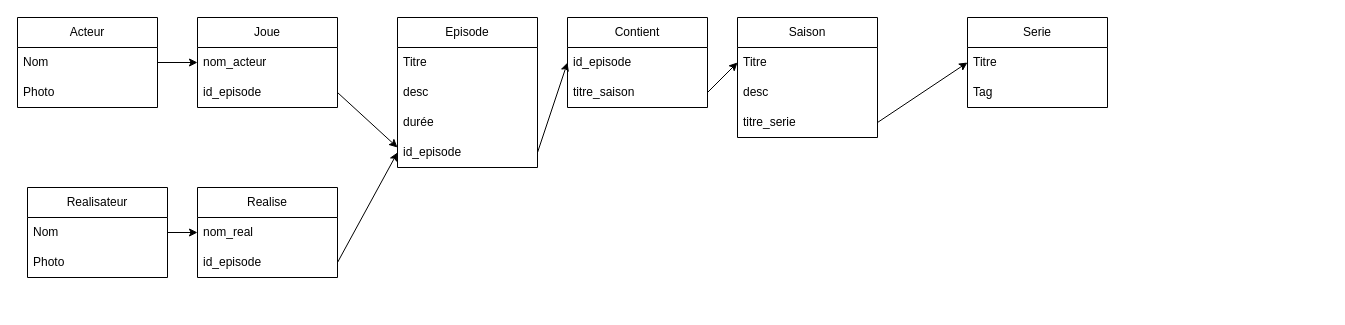
Before: bdDessin.drawio in Drag-Sama/Web-3, a draw.io diagram. Source tidied: cells renumbered, new cells numbered last; positions are measured from the earlier drawing's top-left corner, leaving out a move shared by most shapes. Both pictures are drawn from the tidied source at 100%, with x=0, y=0 at pixel (17, 17).
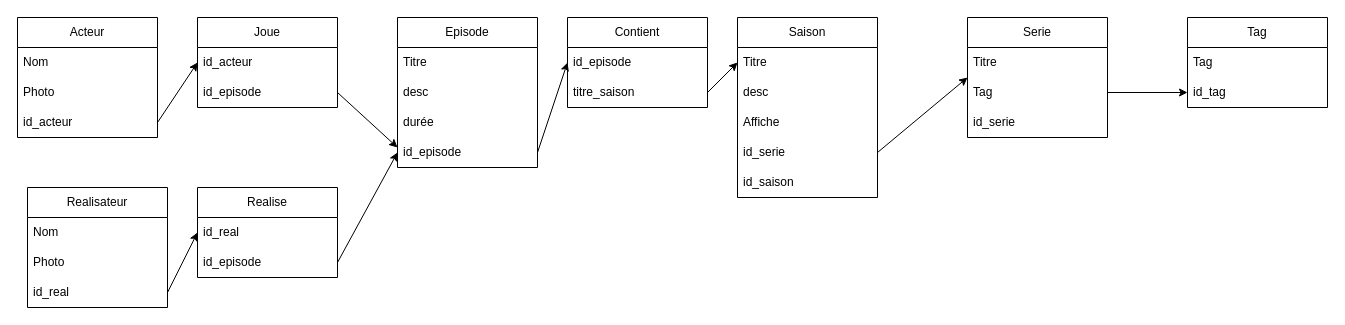
After the change.

Unchanged cells that the change refers to:
```xml
<mxCell id="3" value="Nom" style="text;strokeColor=none;fillColor=none;align=left;verticalAlign=middle;spacingLeft=4;spacingRight=4;overflow=hidden;points=[[0,0.5],[1,0.5]];portConstraint=eastwest;whiteSpace=wrap;html=1;" parent="2" vertex="1">
  <mxGeometry y="30" width="140" height="30" as="geometry" />
</mxCell>
<mxCell id="5" value="Joue" style="swimlane;fontStyle=0;horizontal=1;startSize=30;whiteSpace=wrap;html=1;" parent="1" vertex="1">
  <mxGeometry x="180" width="140" height="90" as="geometry" />
</mxCell>
<mxCell id="15" value="Nom" style="text;strokeColor=none;fillColor=none;align=left;verticalAlign=middle;spacingLeft=4;spacingRight=4;overflow=hidden;points=[[0,0.5],[1,0.5]];portConstraint=eastwest;whiteSpace=wrap;html=1;" parent="14" vertex="1">
  <mxGeometry y="30" width="140" height="30" as="geometry" />
</mxCell>
<mxCell id="17" value="Realise" style="swimlane;fontStyle=0;horizontal=1;startSize=30;whiteSpace=wrap;html=1;" parent="1" vertex="1">
  <mxGeometry x="180" y="170" width="140" height="90" as="geometry" />
</mxCell>
<mxCell id="34" value="Tag" style="text;strokeColor=none;fillColor=none;align=left;verticalAlign=middle;spacingLeft=4;spacingRight=4;overflow=hidden;points=[[0,0.5],[1,0.5]];portConstraint=eastwest;whiteSpace=wrap;html=1;" parent="32" vertex="1">
  <mxGeometry y="60" width="140" height="30" as="geometry" />
</mxCell>
```

Diff of the diagram source:
```diff
@@
     <mxCell id="2" value="Acteur" style="swimlane;fontStyle=0;horizontal=1;startSize=30;whiteSpace=wrap;html=1;" parent="1" vertex="1">
-      <mxGeometry width="140" height="90" as="geometry" />
+      <mxGeometry width="140" height="120" as="geometry" />
     </mxCell>
@@
+    <mxCell id="36" value="id_acteur" style="text;strokeColor=none;fillColor=none;align=left;verticalAlign=middle;spacingLeft=4;spacingRight=4;overflow=hidden;points=[[0,0.5],[1,0.5]];portConstraint=eastwest;whiteSpace=wrap;html=1;" parent="2" vertex="1">
+      <mxGeometry y="90" width="140" height="30" as="geometry" />
+    </mxCell>
@@
-    <mxCell id="6" value="nom_acteur" style="text;strokeColor=none;fillColor=none;align=left;verticalAlign=middle;spacingLeft=4;spacingRight=4;overflow=hidden;points=[[0,0.5],[1,0.5]];portConstraint=eastwest;whiteSpace=wrap;html=1;" parent="5" vertex="1">
+    <mxCell id="6" value="id_acteur" style="text;strokeColor=none;fillColor=none;align=left;verticalAlign=middle;spacingLeft=4;spacingRight=4;overflow=hidden;points=[[0,0.5],[1,0.5]];portConstraint=eastwest;whiteSpace=wrap;html=1;" parent="5" vertex="1">
       <mxGeometry y="30" width="140" height="30" as="geometry" />
     </mxCell>
@@
     <mxCell id="14" value="Realisateur" style="swimlane;fontStyle=0;horizontal=1;startSize=30;whiteSpace=wrap;html=1;" parent="1" vertex="1">
-      <mxGeometry x="10" y="170" width="140" height="90" as="geometry" />
+      <mxGeometry x="10" y="170" width="140" height="120" as="geometry" />
     </mxCell>
@@
+    <mxCell id="37" value="id_real" style="text;strokeColor=none;fillColor=none;align=left;verticalAlign=middle;spacingLeft=4;spacingRight=4;overflow=hidden;points=[[0,0.5],[1,0.5]];portConstraint=eastwest;whiteSpace=wrap;html=1;" parent="14" vertex="1">
+      <mxGeometry y="90" width="140" height="30" as="geometry" />
+    </mxCell>
@@
-    <mxCell id="18" value="nom_real" style="text;strokeColor=none;fillColor=none;align=left;verticalAlign=middle;spacingLeft=4;spacingRight=4;overflow=hidden;points=[[0,0.5],[1,0.5]];portConstraint=eastwest;whiteSpace=wrap;html=1;" parent="17" vertex="1">
+    <mxCell id="18" value="id_real" style="text;strokeColor=none;fillColor=none;align=left;verticalAlign=middle;spacingLeft=4;spacingRight=4;overflow=hidden;points=[[0,0.5],[1,0.5]];portConstraint=eastwest;whiteSpace=wrap;html=1;" parent="17" vertex="1">
       <mxGeometry y="30" width="140" height="30" as="geometry" />
     </mxCell>
@@
-    <mxCell id="20" style="edgeStyle=none;html=1;exitX=1;exitY=0.5;exitDx=0;exitDy=0;entryX=0;entryY=0.5;entryDx=0;entryDy=0;" parent="1" edge="1" source="15" target="18">
-      <mxGeometry relative="1" as="geometry" />
-    </mxCell>
-    <mxCell id="21" style="edgeStyle=none;html=1;exitX=1;exitY=0.5;exitDx=0;exitDy=0;entryX=0;entryY=0.5;entryDx=0;entryDy=0;" parent="1" edge="1" source="3" target="6">
-      <mxGeometry relative="1" as="geometry" />
-    </mxCell>
@@
     <mxCell id="23" value="Saison" style="swimlane;fontStyle=0;horizontal=1;startSize=30;whiteSpace=wrap;html=1;" parent="1" vertex="1">
-      <mxGeometry x="720" width="140" height="120" as="geometry" />
+      <mxGeometry x="720" width="140" height="180" as="geometry" />
     </mxCell>
@@
+    <mxCell id="38" value="Affiche" style="text;strokeColor=none;fillColor=none;align=left;verticalAlign=middle;spacingLeft=4;spacingRight=4;overflow=hidden;whiteSpace=wrap;html=1;" parent="23" vertex="1">
+      <mxGeometry y="90" width="140" height="30" as="geometry" />
+    </mxCell>
-    <mxCell id="26" value="titre_serie" style="text;strokeColor=none;fillColor=none;align=left;verticalAlign=middle;spacingLeft=4;spacingRight=4;overflow=hidden;points=[[0,0.5],[1,0.5]];portConstraint=eastwest;whiteSpace=wrap;html=1;" parent="23" vertex="1">
-      <mxGeometry y="90" width="140" height="30" as="geometry" />
+    <mxCell id="26" value="id_serie" style="text;strokeColor=none;fillColor=none;align=left;verticalAlign=middle;spacingLeft=4;spacingRight=4;overflow=hidden;points=[[0,0.5],[1,0.5]];portConstraint=eastwest;whiteSpace=wrap;html=1;" parent="23" vertex="1">
+      <mxGeometry y="120" width="140" height="30" as="geometry" />
     </mxCell>
+    <mxCell id="39" value="id_saison" style="text;strokeColor=none;fillColor=none;align=left;verticalAlign=middle;spacingLeft=4;spacingRight=4;overflow=hidden;whiteSpace=wrap;html=1;" parent="23" vertex="1">
+      <mxGeometry y="150" width="140" height="30" as="geometry" />
+    </mxCell>
@@
     <mxCell id="32" value="Serie" style="swimlane;fontStyle=0;horizontal=1;startSize=30;whiteSpace=wrap;html=1;" parent="1" vertex="1">
-      <mxGeometry x="950" width="140" height="90" as="geometry" />
+      <mxGeometry x="950" width="140" height="120" as="geometry" />
     </mxCell>
@@
+    <mxCell id="40" value="id_serie" style="text;strokeColor=none;fillColor=none;align=left;verticalAlign=middle;spacingLeft=4;spacingRight=4;overflow=hidden;whiteSpace=wrap;html=1;" parent="32" vertex="1">
+      <mxGeometry y="90" width="140" height="30" as="geometry" />
+    </mxCell>
@@
+    <mxCell id="41" value="Tag" style="swimlane;fontStyle=0;horizontal=1;startSize=30;whiteSpace=wrap;html=1;" parent="1" vertex="1">
+      <mxGeometry x="1170" width="140" height="90" as="geometry" />
+    </mxCell>
+    <mxCell id="42" value="Tag" style="text;strokeColor=none;fillColor=none;align=left;verticalAlign=middle;spacingLeft=4;spacingRight=4;overflow=hidden;whiteSpace=wrap;html=1;" parent="41" vertex="1">
+      <mxGeometry y="30" width="140" height="30" as="geometry" />
+    </mxCell>
+    <mxCell id="43" value="id_tag" style="text;strokeColor=none;fillColor=none;align=left;verticalAlign=middle;spacingLeft=4;spacingRight=4;overflow=hidden;points=[[0,0.5],[1,0.5]];portConstraint=eastwest;whiteSpace=wrap;html=1;" parent="41" vertex="1">
+      <mxGeometry y="60" width="140" height="30" as="geometry" />
+    </mxCell>
+    <mxCell id="44" style="edgeStyle=none;html=1;exitX=1;exitY=0.5;exitDx=0;exitDy=0;entryX=0;entryY=0.5;entryDx=0;entryDy=0;" parent="1" edge="1" source="34" target="43">
+      <mxGeometry relative="1" as="geometry" />
+    </mxCell>
+    <mxCell id="45" style="edgeStyle=none;html=1;exitX=1;exitY=0.5;exitDx=0;exitDy=0;entryX=0;entryY=0.5;entryDx=0;entryDy=0;" parent="1" edge="1" source="37" target="18">
+      <mxGeometry relative="1" as="geometry" />
+    </mxCell>
+    <mxCell id="46" style="edgeStyle=none;html=1;exitX=1;exitY=0.5;exitDx=0;exitDy=0;entryX=0;entryY=0.5;entryDx=0;entryDy=0;" parent="1" edge="1" source="36" target="6">
+      <mxGeometry relative="1" as="geometry" />
+    </mxCell>
```
